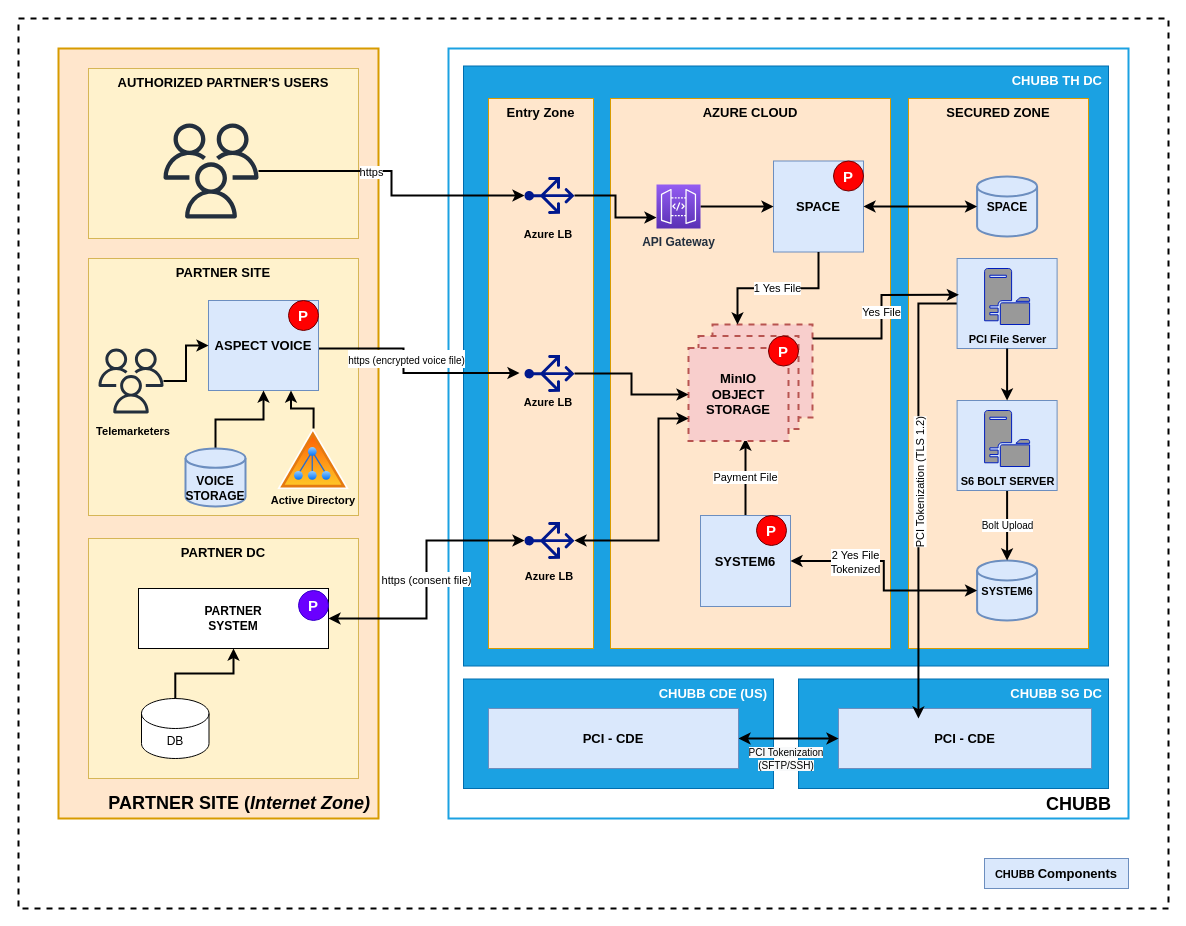
Above: page "Page-2" (2 of 2) of KTB.drawio in saileshsharma/saileshsharma (draw.io), before the change. Source tidied: cells renumbered, new cells numbered last; positions are measured from the earlier drawing's top-left corner, leaving out a move shared by most shapes. Both pictures are drawn from the tidied source at 100%, with x=0, y=0 at pixel (18, 18).
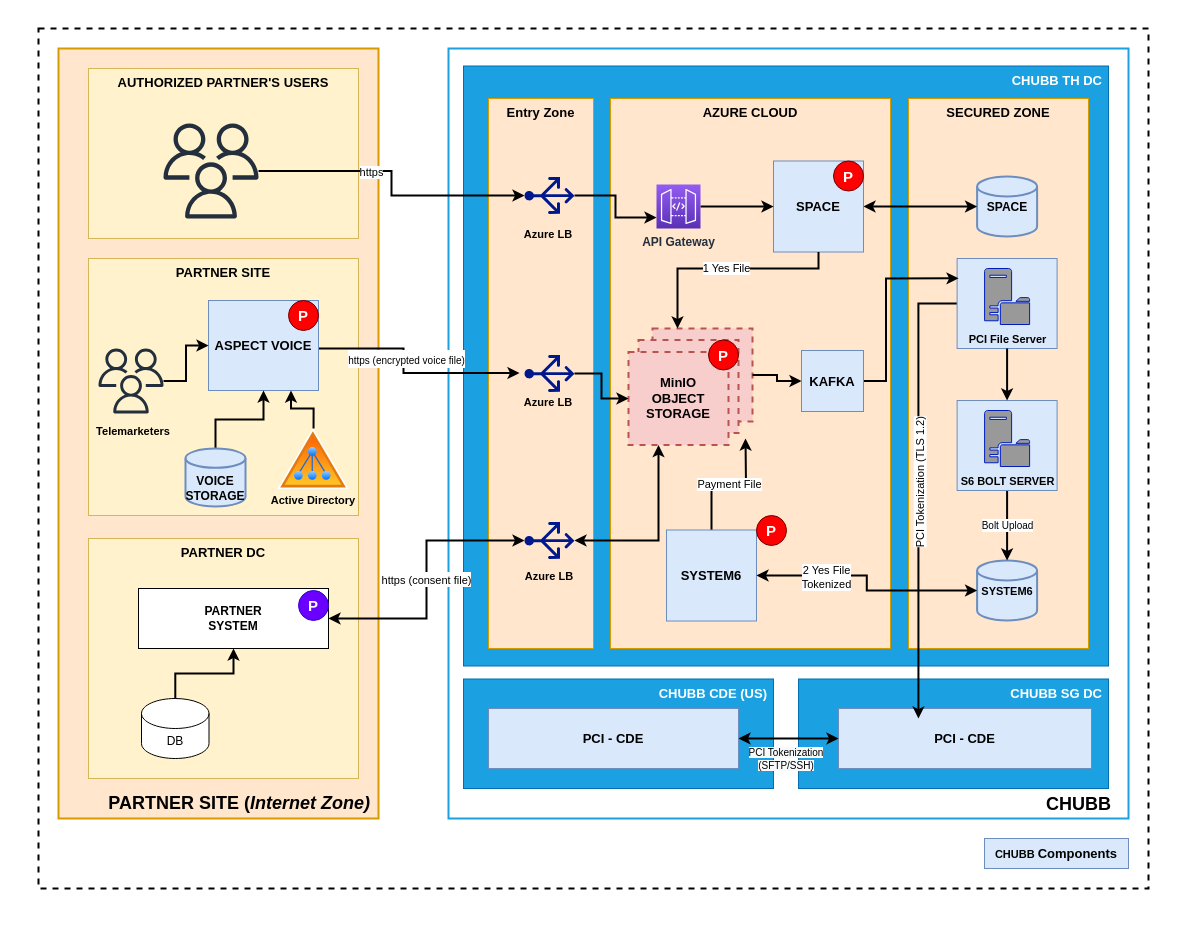
After the change.

The change refers to these unchanged cells:
```xml
<mxCell id="12" value="SECURED ZONE" style="rounded=0;whiteSpace=wrap;html=1;verticalAlign=top;fontStyle=1;fontSize=13;fillColor=#ffe6cc;strokeColor=#d79b00;" parent="1" vertex="1">
  <mxGeometry x="890" y="80" width="180" height="550" as="geometry" />
</mxCell>
<mxCell id="22" style="rounded=0;whiteSpace=wrap;html=1;labelBackgroundColor=default;fontSize=10;strokeColor=#6c8ebf;strokeWidth=1;fillColor=#dae8fc;" parent="1" vertex="1">
  <mxGeometry x="938.6" y="240" width="100" height="90" as="geometry" />
</mxCell>
<mxCell id="45" value="SPACE" style="rounded=0;whiteSpace=wrap;html=1;fontSize=13;fillColor=#dae8fc;strokeColor=#6c8ebf;fontStyle=1;" parent="1" vertex="1">
  <mxGeometry x="755" y="142.5" width="90" height="91" as="geometry" />
</mxCell>
<mxCell id="61" style="rounded=0;whiteSpace=wrap;html=1;dashed=1;fontSize=13;strokeColor=#b85450;strokeWidth=2;fillColor=#f8cecc;fontStyle=1;" parent="60" vertex="1">
  <mxGeometry x="24" width="100" height="93" as="geometry" />
</mxCell>
```

The edit, as a diff of the source:
```diff
@@
     <mxCell id="2" style="rounded=0;whiteSpace=wrap;html=1;dashed=1;fontSize=11;fontColor=#000000;strokeColor=#000000;strokeWidth=2;fillColor=default;perimeterSpacing=11;" parent="1" vertex="1">
-      <mxGeometry width="1150" height="890" as="geometry" />
+      <mxGeometry x="20" y="10" width="1110" height="860" as="geometry" />
     </mxCell>
@@
     <mxCell id="37" value="SYSTEM6" style="rounded=0;whiteSpace=wrap;html=1;fontSize=13;fillColor=#dae8fc;strokeColor=#6c8ebf;fontStyle=1;" parent="1" vertex="1">
-      <mxGeometry x="682" y="497" width="90" height="91" as="geometry" />
+      <mxGeometry x="648" y="511.5" width="90" height="91" as="geometry" />
     </mxCell>
@@
     <mxCell id="60" style="group;" parent="1" vertex="1">
-      <mxGeometry x="670" y="306" width="124" height="116.5" as="geometry" />
+      <mxGeometry x="610" y="310" width="124" height="116.5" as="geometry" />
     </mxCell>
@@
     <mxCell id="65" value="1 Yes File" style="edgeStyle=orthogonalEdgeStyle;rounded=0;jettySize=auto;html=1;entryX=0.25;entryY=0;entryDx=0;entryDy=0;fontSize=11;fontColor=#000000;startArrow=none;startFill=0;strokeWidth=2;" parent="1" edge="1" source="45" target="61">
-      <mxGeometry relative="1" as="geometry" />
+      <mxGeometry relative="1" as="geometry">
+        <Array as="points">
+          <mxPoint x="800" y="250" />
+          <mxPoint x="659" y="250" />
+        </Array>
+      </mxGeometry>
     </mxCell>
@@
-    <mxCell id="67" value="Yes File" style="edgeStyle=orthogonalEdgeStyle;rounded=0;jettySize=auto;html=1;entryX=0.018;entryY=0.404;entryDx=0;entryDy=0;entryPerimeter=0;fontSize=11;fontColor=#000000;startArrow=none;startFill=0;strokeWidth=2;" parent="1" edge="1" source="61" target="22">
-      <mxGeometry relative="1" as="geometry">
-        <Array as="points">
-          <mxPoint x="863" y="320" />
-          <mxPoint x="863" y="276" />
-        </Array>
-      </mxGeometry>
-    </mxCell>
@@
     <mxCell id="76" value="&lt;span style=&quot;font-size: 11px;&quot;&gt;CHUBB&amp;nbsp;&lt;/span&gt;Components" style="rounded=0;whiteSpace=wrap;html=1;fontSize=13;fillColor=#dae8fc;strokeColor=#6c8ebf;fontStyle=1;" parent="1" vertex="1">
-      <mxGeometry x="966" y="840" width="144" height="30" as="geometry" />
+      <mxGeometry x="966" y="820" width="144" height="30" as="geometry" />
     </mxCell>
+    <mxCell id="77" style="edgeStyle=orthogonalEdgeStyle;rounded=0;jettySize=auto;html=1;entryX=0.278;entryY=0.327;entryDx=0;entryDy=0;entryPerimeter=0;fontSize=11;fontColor=#000000;startArrow=none;startFill=0;strokeWidth=2;" parent="1" edge="1" source="78" target="12">
+      <mxGeometry relative="1" as="geometry" />
+    </mxCell>
+    <mxCell id="78" value="KAFKA" style="rounded=0;whiteSpace=wrap;html=1;fontSize=13;fillColor=#dae8fc;strokeColor=#6c8ebf;fontStyle=1;" parent="1" vertex="1">
+      <mxGeometry x="783" y="332" width="62" height="61" as="geometry" />
+    </mxCell>
+    <mxCell id="79" style="edgeStyle=orthogonalEdgeStyle;rounded=0;jettySize=auto;html=1;entryX=0;entryY=0.5;entryDx=0;entryDy=0;fontSize=11;fontColor=#000000;startArrow=none;startFill=0;strokeWidth=2;" parent="1" edge="1" source="61" target="78">
+      <mxGeometry relative="1" as="geometry" />
+    </mxCell>
```
